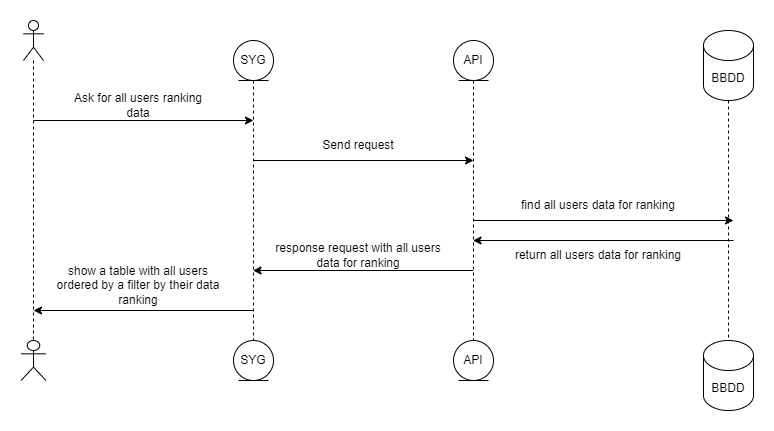
Earlier version of the draw.io export docs/images/06_runtime_ranking.png (Arquisoft/wiq_es1d). Source tidied: cells renumbered, new cells last; positions are measured from the earlier drawing's top-left corner, leaving out a move shared by most shapes. Its diagram source:
```xml
<mxGraphModel>
  <root>
    <mxCell id="0" />
    <mxCell id="1" parent="0" />
    <mxCell id="2" value="SYG" style="shape=umlLifeline;perimeter=lifelinePerimeter;whiteSpace=wrap;html=1;newEdgeStyle={&quot;curved&quot;:0,&quot;rounded&quot;:0};participant=umlEntity;" parent="1" vertex="1">
      <mxGeometry x="212" y="20" width="40" height="300" as="geometry" />
    </mxCell>
    <mxCell id="3" style="shape=umlLifeline;perimeter=lifelinePerimeter;whiteSpace=wrap;html=1;newEdgeStyle={&quot;curved&quot;:0,&quot;rounded&quot;:0};participant=umlActor;" parent="1" vertex="1">
      <mxGeometry x="2" width="20" height="320" as="geometry" />
    </mxCell>
    <mxCell id="4" value="API" style="shape=umlLifeline;perimeter=lifelinePerimeter;whiteSpace=wrap;html=1;outlineConnect=0;portConstraint=eastwest;newEdgeStyle={&quot;curved&quot;:0,&quot;rounded&quot;:0};participant=umlEntity;" parent="1" vertex="1">
      <mxGeometry x="432" y="20" width="40" height="300" as="geometry" />
    </mxCell>
    <mxCell id="5" value="BBDD" style="shape=cylinder3;whiteSpace=wrap;html=1;boundedLbl=1;backgroundOutline=1;size=15;" parent="1" vertex="1">
      <mxGeometry x="682" y="10" width="50" height="70" as="geometry" />
    </mxCell>
    <mxCell id="6" value="Ask for all users ranking data" style="text;html=1;align=center;verticalAlign=middle;whiteSpace=wrap;rounded=0;" parent="1" vertex="1">
      <mxGeometry x="42" y="70" width="150" height="30" as="geometry" />
    </mxCell>
    <mxCell id="7" style="endArrow=classic;html=1;rounded=0;" parent="1" edge="1">
      <mxGeometry relative="1" as="geometry">
        <mxPoint x="12" y="100" as="sourcePoint" />
        <mxPoint x="232" y="100" as="targetPoint" />
      </mxGeometry>
    </mxCell>
    <mxCell id="8" style="endArrow=classic;html=1;rounded=0;" parent="1" edge="1">
      <mxGeometry relative="1" as="geometry">
        <mxPoint x="232" y="140" as="sourcePoint" />
        <mxPoint x="452" y="140" as="targetPoint" />
      </mxGeometry>
    </mxCell>
    <mxCell id="9" value="Send request" style="text;html=1;align=center;verticalAlign=middle;whiteSpace=wrap;rounded=0;" parent="1" vertex="1">
      <mxGeometry x="252" y="110" width="170" height="30" as="geometry" />
    </mxCell>
    <mxCell id="10" value="find all users data for ranking" style="text;html=1;align=center;verticalAlign=middle;whiteSpace=wrap;rounded=0;" parent="1" vertex="1">
      <mxGeometry x="492" y="170" width="170" height="30" as="geometry" />
    </mxCell>
    <mxCell id="11" style="endArrow=classic;html=1;rounded=0;" parent="1" edge="1">
      <mxGeometry relative="1" as="geometry">
        <mxPoint x="452" y="200" as="sourcePoint" />
        <mxPoint x="712" y="200" as="targetPoint" />
      </mxGeometry>
    </mxCell>
    <mxCell id="12" value="BBDD" style="shape=cylinder3;whiteSpace=wrap;html=1;boundedLbl=1;backgroundOutline=1;size=15;" parent="1" vertex="1">
      <mxGeometry x="682" y="320" width="50" height="70" as="geometry" />
    </mxCell>
    <mxCell id="13" value="SYG" style="ellipse;shape=umlEntity;whiteSpace=wrap;html=1;" parent="1" vertex="1">
      <mxGeometry x="212" y="320" width="40" height="40" as="geometry" />
    </mxCell>
    <mxCell id="14" value="API" style="ellipse;shape=umlEntity;whiteSpace=wrap;html=1;" parent="1" vertex="1">
      <mxGeometry x="432" y="320" width="40" height="40" as="geometry" />
    </mxCell>
    <mxCell id="15" style="endArrow=none;html=1;rounded=0;exitX=0.5;exitY=1;exitDx=0;exitDy=0;exitPerimeter=0;entryX=0.5;entryY=0;entryDx=0;entryDy=0;entryPerimeter=0;dashed=1;endFill=0;" parent="1" edge="1" source="5" target="12">
      <mxGeometry relative="1" as="geometry" />
    </mxCell>
    <mxCell id="16" style="endArrow=classic;html=1;rounded=0;" parent="1" edge="1">
      <mxGeometry relative="1" as="geometry">
        <mxPoint x="451.5" y="250" as="sourcePoint" />
        <mxPoint x="231.5" y="250" as="targetPoint" />
      </mxGeometry>
    </mxCell>
    <mxCell id="17" value="response request with all users data for ranking" style="text;html=1;align=center;verticalAlign=middle;whiteSpace=wrap;rounded=0;" parent="1" vertex="1">
      <mxGeometry x="252" y="220" width="170" height="30" as="geometry" />
    </mxCell>
    <mxCell id="18" style="shape=umlActor;verticalLabelPosition=bottom;verticalAlign=top;html=1;" parent="1" vertex="1">
      <mxGeometry x="-0.5" y="320" width="25" height="40" as="geometry" />
    </mxCell>
    <mxCell id="19" style="endArrow=classic;html=1;rounded=0;" parent="1" edge="1">
      <mxGeometry relative="1" as="geometry">
        <mxPoint x="232" y="290" as="sourcePoint" />
        <mxPoint x="12" y="290" as="targetPoint" />
      </mxGeometry>
    </mxCell>
    <mxCell id="20" value="show a table with all users ordered by a filter by their data ranking" style="text;html=1;align=center;verticalAlign=middle;whiteSpace=wrap;rounded=0;" parent="1" vertex="1">
      <mxGeometry x="32" y="250" width="170" height="30" as="geometry" />
    </mxCell>
    <mxCell id="21" style="endArrow=classic;html=1;rounded=0;" parent="1" edge="1" target="4">
      <mxGeometry relative="1" as="geometry">
        <mxPoint x="712" y="220" as="sourcePoint" />
      </mxGeometry>
    </mxCell>
    <mxCell id="22" value="return all users data for ranking" style="text;html=1;align=center;verticalAlign=middle;whiteSpace=wrap;rounded=0;" parent="1" vertex="1">
      <mxGeometry x="492" y="220" width="170" height="30" as="geometry" />
    </mxCell>
  </root>
</mxGraphModel>
```
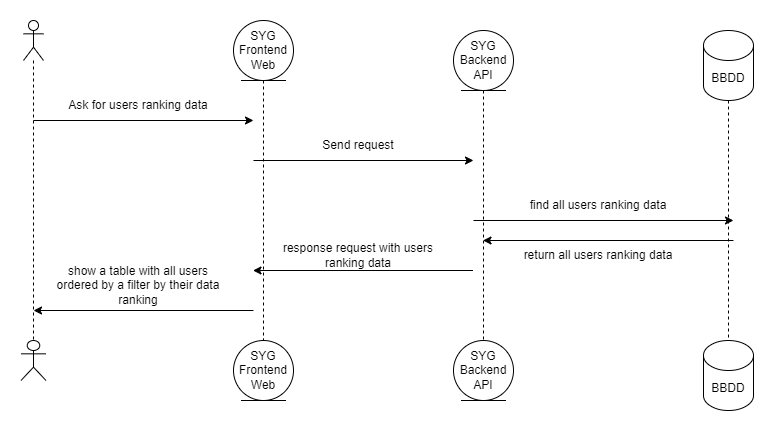
The same diagram one commit later.

Change to the diagram source:
```diff
@@ -2,19 +2,19 @@
   <root>
     <mxCell id="0" />
     <mxCell id="1" parent="0" />
-    <mxCell id="2" value="SYG" style="shape=umlLifeline;perimeter=lifelinePerimeter;whiteSpace=wrap;html=1;newEdgeStyle={&quot;curved&quot;:0,&quot;rounded&quot;:0};participant=umlEntity;" parent="1" vertex="1">
-      <mxGeometry x="212" y="20" width="40" height="300" as="geometry" />
+    <mxCell id="2" value="SYG&lt;div&gt;Frontend&lt;/div&gt;&lt;div&gt;Web&lt;/div&gt;" style="shape=umlLifeline;perimeter=lifelinePerimeter;whiteSpace=wrap;html=1;newEdgeStyle={&quot;curved&quot;:0,&quot;rounded&quot;:0};participant=umlEntity;size=60;" parent="1" vertex="1">
+      <mxGeometry x="212" width="60" height="320" as="geometry" />
     </mxCell>
     <mxCell id="3" style="shape=umlLifeline;perimeter=lifelinePerimeter;whiteSpace=wrap;html=1;newEdgeStyle={&quot;curved&quot;:0,&quot;rounded&quot;:0};participant=umlActor;" parent="1" vertex="1">
       <mxGeometry x="2" width="20" height="320" as="geometry" />
     </mxCell>
-    <mxCell id="4" value="API" style="shape=umlLifeline;perimeter=lifelinePerimeter;whiteSpace=wrap;html=1;outlineConnect=0;portConstraint=eastwest;newEdgeStyle={&quot;curved&quot;:0,&quot;rounded&quot;:0};participant=umlEntity;" parent="1" vertex="1">
-      <mxGeometry x="432" y="20" width="40" height="300" as="geometry" />
+    <mxCell id="4" value="SYG&lt;div&gt;Backend&lt;/div&gt;&lt;div&gt;API&lt;/div&gt;" style="shape=umlLifeline;perimeter=lifelinePerimeter;whiteSpace=wrap;html=1;outlineConnect=0;portConstraint=eastwest;newEdgeStyle={&quot;curved&quot;:0,&quot;rounded&quot;:0};participant=umlEntity;size=60;" parent="1" vertex="1">
+      <mxGeometry x="432" y="10" width="60" height="310" as="geometry" />
     </mxCell>
     <mxCell id="5" value="BBDD" style="shape=cylinder3;whiteSpace=wrap;html=1;boundedLbl=1;backgroundOutline=1;size=15;" parent="1" vertex="1">
       <mxGeometry x="682" y="10" width="50" height="70" as="geometry" />
     </mxCell>
-    <mxCell id="6" value="Ask for all users ranking data" style="text;html=1;align=center;verticalAlign=middle;whiteSpace=wrap;rounded=0;" parent="1" vertex="1">
+    <mxCell id="6" value="Ask for users ranking data" style="text;html=1;align=center;verticalAlign=middle;whiteSpace=wrap;rounded=0;" parent="1" vertex="1">
       <mxGeometry x="42" y="70" width="150" height="30" as="geometry" />
     </mxCell>
     <mxCell id="7" style="endArrow=classic;html=1;rounded=0;" parent="1" edge="1">
@@ -32,7 +32,7 @@
     <mxCell id="9" value="Send request" style="text;html=1;align=center;verticalAlign=middle;whiteSpace=wrap;rounded=0;" parent="1" vertex="1">
       <mxGeometry x="252" y="110" width="170" height="30" as="geometry" />
     </mxCell>
-    <mxCell id="10" value="find all users data for ranking" style="text;html=1;align=center;verticalAlign=middle;whiteSpace=wrap;rounded=0;" parent="1" vertex="1">
+    <mxCell id="10" value="find all users ranking&amp;nbsp;data" style="text;html=1;align=center;verticalAlign=middle;whiteSpace=wrap;rounded=0;" parent="1" vertex="1">
       <mxGeometry x="492" y="170" width="170" height="30" as="geometry" />
     </mxCell>
     <mxCell id="11" style="endArrow=classic;html=1;rounded=0;" parent="1" edge="1">
@@ -44,11 +44,11 @@
     <mxCell id="12" value="BBDD" style="shape=cylinder3;whiteSpace=wrap;html=1;boundedLbl=1;backgroundOutline=1;size=15;" parent="1" vertex="1">
       <mxGeometry x="682" y="320" width="50" height="70" as="geometry" />
     </mxCell>
-    <mxCell id="13" value="SYG" style="ellipse;shape=umlEntity;whiteSpace=wrap;html=1;" parent="1" vertex="1">
-      <mxGeometry x="212" y="320" width="40" height="40" as="geometry" />
+    <mxCell id="13" value="SYG&lt;div&gt;Frontend&lt;/div&gt;&lt;div&gt;Web&lt;/div&gt;" style="ellipse;shape=umlEntity;whiteSpace=wrap;html=1;" parent="1" vertex="1">
+      <mxGeometry x="212" y="320" width="60" height="60" as="geometry" />
     </mxCell>
-    <mxCell id="14" value="API" style="ellipse;shape=umlEntity;whiteSpace=wrap;html=1;" parent="1" vertex="1">
-      <mxGeometry x="432" y="320" width="40" height="40" as="geometry" />
+    <mxCell id="14" value="SYG&lt;div&gt;Backend&lt;/div&gt;&lt;div&gt;API&lt;/div&gt;" style="ellipse;shape=umlEntity;whiteSpace=wrap;html=1;" parent="1" vertex="1">
+      <mxGeometry x="432" y="320" width="60" height="60" as="geometry" />
     </mxCell>
     <mxCell id="15" style="endArrow=none;html=1;rounded=0;exitX=0.5;exitY=1;exitDx=0;exitDy=0;exitPerimeter=0;entryX=0.5;entryY=0;entryDx=0;entryDy=0;entryPerimeter=0;dashed=1;endFill=0;" parent="1" edge="1" source="5" target="12">
       <mxGeometry relative="1" as="geometry" />
@@ -59,7 +59,7 @@
         <mxPoint x="231.5" y="250" as="targetPoint" />
       </mxGeometry>
     </mxCell>
-    <mxCell id="17" value="response request with all users data for ranking" style="text;html=1;align=center;verticalAlign=middle;whiteSpace=wrap;rounded=0;" parent="1" vertex="1">
+    <mxCell id="17" value="response request with users ranking&amp;nbsp;data" style="text;html=1;align=center;verticalAlign=middle;whiteSpace=wrap;rounded=0;" parent="1" vertex="1">
       <mxGeometry x="252" y="220" width="170" height="30" as="geometry" />
     </mxCell>
     <mxCell id="18" style="shape=umlActor;verticalLabelPosition=bottom;verticalAlign=top;html=1;" parent="1" vertex="1">
@@ -79,7 +79,7 @@
         <mxPoint x="712" y="220" as="sourcePoint" />
       </mxGeometry>
     </mxCell>
-    <mxCell id="22" value="return all users data for ranking" style="text;html=1;align=center;verticalAlign=middle;whiteSpace=wrap;rounded=0;" parent="1" vertex="1">
+    <mxCell id="22" value="return all users ranking&amp;nbsp;data" style="text;html=1;align=center;verticalAlign=middle;whiteSpace=wrap;rounded=0;" parent="1" vertex="1">
       <mxGeometry x="492" y="220" width="170" height="30" as="geometry" />
     </mxCell>
   </root>
```
